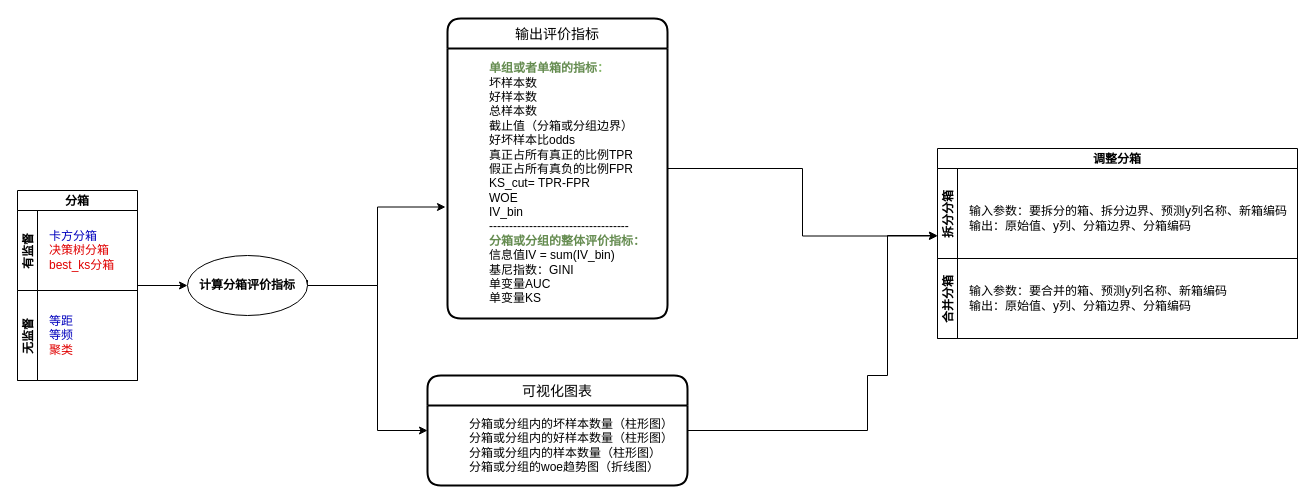
Above: Untitled Diagram.drawio in muyu1202/drawio (draw.io), before the change. Source tidied: cells renumbered, new cells numbered last; positions are measured from the earlier drawing's top-left corner, leaving out a move shared by most shapes. Both pictures are drawn from the tidied source at 100%, with x=0, y=0 at pixel (17, 18).
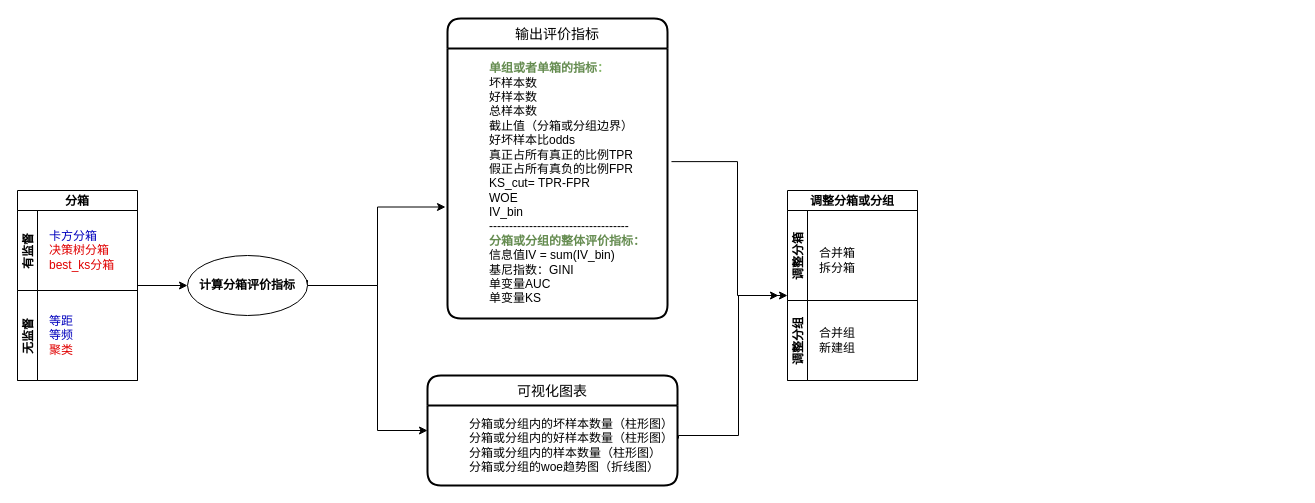
The same page after the edit.

Unchanged cells that the change refers to:
```xml
<mxCell id="12" value="输出评价指标" style="swimlane;horizontal=1;startSize=30;rounded=1;fontSize=14;fontStyle=0;strokeWidth=2;shadow=0;dashed=0;align=center;" parent="1" vertex="1">
  <mxGeometry x="430" width="220" height="300" as="geometry" />
</mxCell>
<mxCell id="13" value="&lt;blockquote style=&quot;margin: 0 0 0 40px ; border: none ; padding: 0px&quot;&gt;&lt;/blockquote&gt;&lt;blockquote style=&quot;margin: 0 0 0 40px ; border: none ; padding: 0px&quot;&gt;&lt;b&gt;&lt;font color=&quot;#658c50&quot;&gt;单组或者单箱的指标&lt;/font&gt;&lt;font color=&quot;#85b869&quot;&gt;：&lt;/font&gt;&lt;/b&gt;&lt;/blockquote&gt;&lt;blockquote style=&quot;margin: 0 0 0 40px ; border: none ; padding: 0px&quot;&gt;坏样本数&lt;/blockquote&gt;&lt;blockquote style=&quot;margin: 0 0 0 40px ; border: none ; padding: 0px&quot;&gt;&lt;span&gt;好样本数&lt;/span&gt;&lt;/blockquote&gt;&lt;blockquote style=&quot;margin: 0 0 0 40px ; border: none ; padding: 0px&quot;&gt;&lt;span&gt;总样本数&lt;/span&gt;&lt;/blockquote&gt;&lt;blockquote style=&quot;margin: 0 0 0 40px ; border: none ; padding: 0px&quot;&gt;&lt;span&gt;截止值（分箱或分组边界）&lt;br&gt;&lt;/span&gt;&lt;span&gt;好坏样本比odds&lt;br&gt;&lt;/span&gt;&lt;span&gt;真正占所有真正的比例TPR&lt;/span&gt;&lt;/blockquote&gt;&lt;blockquote style=&quot;margin: 0 0 0 40px ; border: none ; padding: 0px&quot;&gt;&lt;span&gt;假正占所有真负的比例FPR&lt;br&gt;&lt;/span&gt;&lt;span&gt;KS_cut=&amp;nbsp;&lt;/span&gt;TPR-FPR&lt;span&gt;&lt;br&gt;&lt;/span&gt;&lt;span&gt;WOE&lt;/span&gt;&lt;/blockquote&gt;&lt;blockquote style=&quot;margin: 0 0 0 40px ; border: none ; padding: 0px&quot;&gt;&lt;span&gt;IV_bin&lt;/span&gt;&lt;/blockquote&gt;&lt;blockquote style=&quot;margin: 0 0 0 40px ; border: none ; padding: 0px&quot;&gt;-----------------------------------&lt;/blockquote&gt;&lt;blockquote style=&quot;margin: 0 0 0 40px ; border: none ; padding: 0px&quot;&gt;&lt;b&gt;&lt;font color=&quot;#658c50&quot;&gt;分箱或分组的整体评价指标：&lt;/font&gt;&lt;/b&gt;&lt;/blockquote&gt;&lt;blockquote style=&quot;margin: 0 0 0 40px ; border: none ; padding: 0px&quot;&gt;信息值IV = sum(IV_bin)&lt;/blockquote&gt;&lt;blockquote style=&quot;margin: 0 0 0 40px ; border: none ; padding: 0px&quot;&gt;基尼指数：GINI&lt;/blockquote&gt;&lt;blockquote style=&quot;margin: 0 0 0 40px ; border: none ; padding: 0px&quot;&gt;单变量AUC&lt;/blockquote&gt;&lt;blockquote style=&quot;margin: 0 0 0 40px ; border: none ; padding: 0px&quot;&gt;单变量KS&lt;/blockquote&gt;&lt;blockquote style=&quot;margin: 0 0 0 40px ; border: none ; padding: 0px&quot;&gt;&lt;/blockquote&gt;&lt;blockquote style=&quot;margin: 0 0 0 40px ; border: none ; padding: 0px&quot;&gt;&lt;/blockquote&gt;&lt;blockquote style=&quot;margin: 0 0 0 40px ; border: none ; padding: 0px&quot;&gt;&lt;/blockquote&gt;&lt;blockquote style=&quot;margin: 0 0 0 40px ; border: none ; padding: 0px&quot;&gt;&lt;/blockquote&gt;&lt;blockquote style=&quot;margin: 0 0 0 40px ; border: none ; padding: 0px&quot;&gt;&lt;/blockquote&gt;&lt;blockquote style=&quot;margin: 0 0 0 40px ; border: none ; padding: 0px&quot;&gt;&lt;/blockquote&gt;&lt;blockquote style=&quot;margin: 0 0 0 40px ; border: none ; padding: 0px&quot;&gt;&lt;/blockquote&gt;&lt;blockquote style=&quot;margin: 0 0 0 40px ; border: none ; padding: 0px&quot;&gt;&lt;/blockquote&gt;" style="text;html=1;align=left;verticalAlign=middle;points=[];strokeColor=none;fillColor=none;" parent="12" vertex="1">
  <mxGeometry y="30" width="220" height="270" as="geometry" />
</mxCell>
```

The edit, as a diff of the source:
```diff
@@
-    <mxCell id="11" style="edgeStyle=orthogonalEdgeStyle;rounded=0;jettySize=auto;html=1;exitX=1;exitY=0.5;exitDx=0;exitDy=0;entryX=0;entryY=0.75;entryDx=0;entryDy=0;" parent="1" edge="1" source="12" target="15">
-      <mxGeometry relative="1" as="geometry" />
-    </mxCell>
@@
-    <mxCell id="14" value="调整分箱" style="swimlane;horizontal=1;startSize=20;" parent="1" vertex="1">
-      <mxGeometry x="920" y="130" width="360" height="190" as="geometry" />
+    <mxCell id="14" value="调整分箱或分组" style="swimlane;horizontal=1;startSize=20;" parent="1" vertex="1">
+      <mxGeometry x="770" y="172" width="130" height="190" as="geometry" />
     </mxCell>
-    <mxCell id="15" value="拆分分箱" style="swimlane;startSize=20;horizontal=0;" parent="14" vertex="1">
-      <mxGeometry y="20" width="360" height="90" as="geometry" />
+    <mxCell id="15" value="调整分箱" style="swimlane;startSize=20;horizontal=0;" parent="14" vertex="1">
+      <mxGeometry y="20" width="130" height="90" as="geometry" />
     </mxCell>
-    <mxCell id="16" value="输入参数：要拆分的箱、拆分边界、预测y列名称、新箱编码&lt;br&gt;输出：原始值、y列、分箱边界、分箱编码" style="text;html=1;align=left;verticalAlign=middle;strokeColor=none;fillColor=none;" parent="15" vertex="1">
-      <mxGeometry x="30" y="35" width="330" height="30" as="geometry" />
+    <mxCell id="16" value="合并箱&lt;br&gt;拆分箱" style="text;html=1;align=left;verticalAlign=middle;strokeColor=none;fillColor=none;" parent="15" vertex="1">
+      <mxGeometry x="30" y="35" width="50" height="30" as="geometry" />
     </mxCell>
-    <mxCell id="17" value="合并分箱" style="swimlane;startSize=20;horizontal=0;" parent="14" vertex="1">
-      <mxGeometry y="110" width="360" height="80" as="geometry" />
+    <mxCell id="17" value="调整分组" style="swimlane;startSize=20;horizontal=0;" parent="14" vertex="1">
+      <mxGeometry y="110" width="130" height="80" as="geometry" />
     </mxCell>
-    <mxCell id="18" value="输入参数：要合并的箱、预测y列名称、新箱编码&lt;br&gt;输出：原始值、y列、分箱边界、分箱编码" style="text;html=1;align=left;verticalAlign=middle;strokeColor=none;fillColor=none;" parent="17" vertex="1">
-      <mxGeometry x="30" y="25" width="270" height="30" as="geometry" />
+    <mxCell id="18" value="合并组&lt;br&gt;新建组" style="text;html=1;align=left;verticalAlign=middle;strokeColor=none;fillColor=none;" parent="17" vertex="1">
+      <mxGeometry x="30" y="25" width="50" height="30" as="geometry" />
     </mxCell>
-    <mxCell id="19" style="edgeStyle=orthogonalEdgeStyle;rounded=0;jettySize=auto;html=1;exitX=1;exitY=0.5;exitDx=0;exitDy=0;" parent="1" edge="1" source="20">
-      <mxGeometry relative="1" as="geometry">
-        <mxPoint x="920" y="217" as="targetPoint" />
-        <Array as="points">
-          <mxPoint x="850" y="357" />
-          <mxPoint x="870" y="357" />
-          <mxPoint x="870" y="217" />
-        </Array>
-      </mxGeometry>
-    </mxCell>
     <mxCell id="20" value="可视化图表" style="swimlane;horizontal=1;startSize=30;rounded=1;fontSize=14;fontStyle=0;strokeWidth=2;shadow=0;dashed=0;align=center;" parent="1" vertex="1">
-      <mxGeometry x="410" y="357" width="260" height="110" as="geometry" />
+      <mxGeometry x="410" y="357" width="250" height="110" as="geometry" />
     </mxCell>
     <mxCell id="21" value="&lt;blockquote style=&quot;margin: 0 0 0 40px ; border: none ; padding: 0px&quot;&gt;&lt;/blockquote&gt;&lt;blockquote style=&quot;margin: 0 0 0 40px ; border: none ; padding: 0px&quot;&gt;分箱或分组内的坏样本数量（柱形图）&lt;/blockquote&gt;&lt;blockquote style=&quot;margin: 0 0 0 40px ; border: none ; padding: 0px&quot;&gt;分箱或分组内的好样本数量（柱形图）&lt;/blockquote&gt;&lt;blockquote style=&quot;margin: 0 0 0 40px ; border: none ; padding: 0px&quot;&gt;分箱或分组内的样本数量（柱形图）&lt;/blockquote&gt;&lt;blockquote style=&quot;margin: 0 0 0 40px ; border: none ; padding: 0px&quot;&gt;&lt;span&gt;分箱或分组的woe趋势图（折线图）&lt;/span&gt;&lt;/blockquote&gt;&lt;blockquote style=&quot;margin: 0 0 0 40px ; border: none ; padding: 0px&quot;&gt;&lt;/blockquote&gt;&lt;blockquote style=&quot;margin: 0 0 0 40px ; border: none ; padding: 0px&quot;&gt;&lt;/blockquote&gt;&lt;blockquote style=&quot;margin: 0 0 0 40px ; border: none ; padding: 0px&quot;&gt;&lt;/blockquote&gt;&lt;blockquote style=&quot;margin: 0 0 0 40px ; border: none ; padding: 0px&quot;&gt;&lt;/blockquote&gt;&lt;blockquote style=&quot;margin: 0 0 0 40px ; border: none ; padding: 0px&quot;&gt;&lt;/blockquote&gt;&lt;blockquote style=&quot;margin: 0 0 0 40px ; border: none ; padding: 0px&quot;&gt;&lt;/blockquote&gt;&lt;blockquote style=&quot;margin: 0 0 0 40px ; border: none ; padding: 0px&quot;&gt;&lt;/blockquote&gt;&lt;blockquote style=&quot;margin: 0 0 0 40px ; border: none ; padding: 0px&quot;&gt;&lt;/blockquote&gt;" style="text;html=1;align=left;verticalAlign=middle;points=[];strokeColor=none;fillColor=none;" parent="20" vertex="1">
-      <mxGeometry y="30" width="260" height="80" as="geometry" />
+      <mxGeometry y="30" width="250" height="80" as="geometry" />
     </mxCell>
+    <mxCell id="22" style="edgeStyle=orthogonalEdgeStyle;rounded=0;jettySize=auto;html=1;exitX=1.018;exitY=0.419;exitDx=0;exitDy=0;exitPerimeter=0;" parent="1" edge="1" source="13">
+      <mxGeometry relative="1" as="geometry">
+        <mxPoint x="770" y="277" as="targetPoint" />
+        <Array as="points">
+          <mxPoint x="720" y="143" />
+          <mxPoint x="720" y="277" />
+        </Array>
+      </mxGeometry>
+    </mxCell>
+    <mxCell id="23" style="edgeStyle=orthogonalEdgeStyle;rounded=0;jettySize=auto;html=1;exitX=1.004;exitY=0.413;exitDx=0;exitDy=0;exitPerimeter=0;" parent="1" edge="1" source="21">
+      <mxGeometry relative="1" as="geometry">
+        <mxPoint x="761" y="277" as="targetPoint" />
+        <Array as="points">
+          <mxPoint x="661" y="417" />
+          <mxPoint x="721" y="417" />
+          <mxPoint x="721" y="277" />
+        </Array>
+      </mxGeometry>
+    </mxCell>
```
